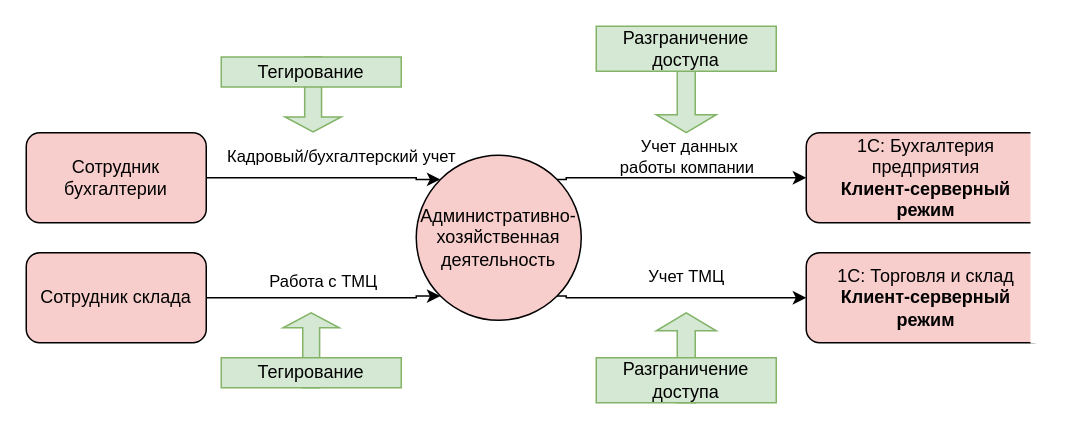
The draw.io diagram Task1/df4i.drawio in TAraya/architecture-medikamente, before the edit. Source tidied: cells renumbered, new cells numbered last; positions are measured from the earlier drawing's top-left corner, leaving out a move shared by most shapes. Both pictures are drawn from the tidied source at 150%, with x=0, y=0 at pixel (26, 26).
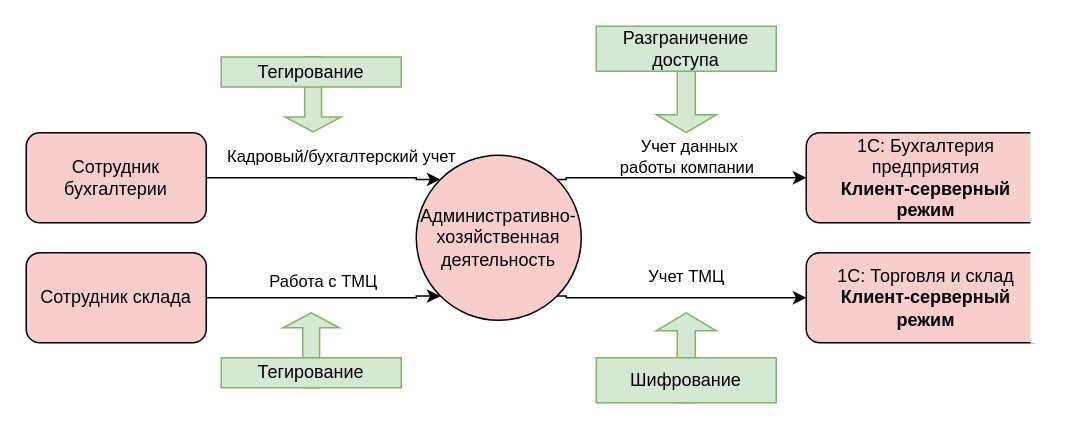
After the change.

The edit, as a diff of the source:
```diff
@@
-    <mxCell id="18" value="Разграничение доступа" style="rounded=0;whiteSpace=wrap;html=1;fillColor=#d5e8d4;strokeColor=#82b366;" parent="1" vertex="1">
+    <mxCell id="18" value="Шифрование" style="rounded=0;whiteSpace=wrap;html=1;fillColor=#d5e8d4;strokeColor=#82b366;" parent="1" vertex="1">
       <mxGeometry x="380" y="221" width="120" height="30" as="geometry" />
     </mxCell>
```
